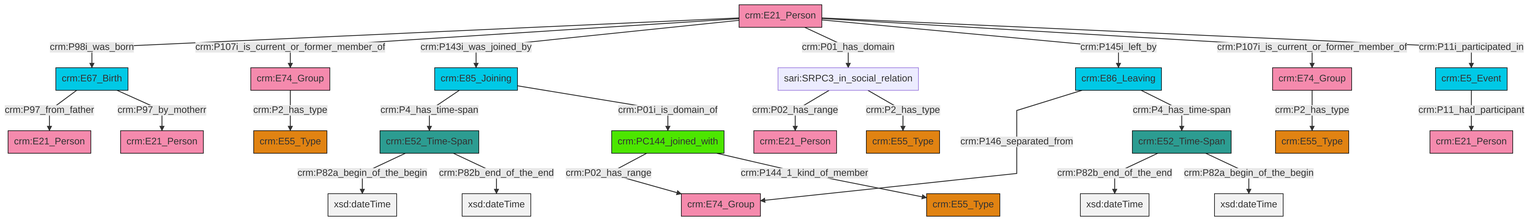
This is et/personCSV/ttl/mmd/png/Person_Actor_Relations.png from swiss-art-research-net/reference-data-models, a Mermaid export, as it was before one commit. Its source is kept beside it as et/personCSV/ttl/mmd/Person_Actor_Relations.ttl.mmd.
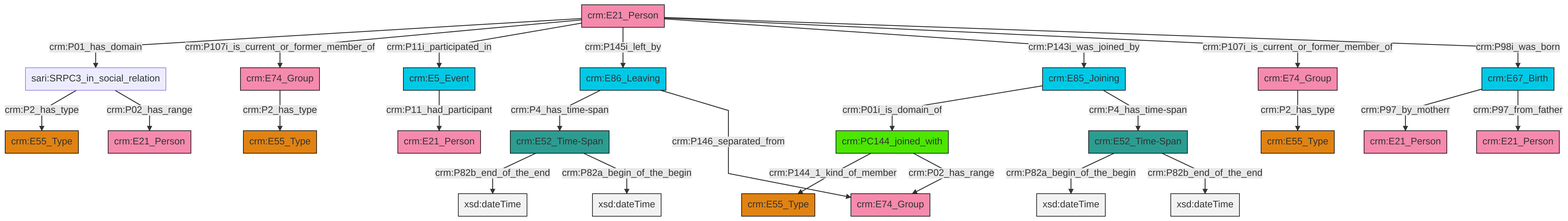
The same file after the commit.

The edit, as a diff of the source:
```diff
@@ -13,27 +13,27 @@
 classDef PC_Classes fill:#4ce600, stroke:#000000;
 classDef Multi fill:#cccccc,stroke:#000000;
 
-2["crm:E5_Event"]:::Temporal_Entity -->|crm:P11_had_participant| 3["crm:E21_Person"]:::Actor
-5["crm:E86_Leaving"]:::Temporal_Entity -->|crm:P146_separated_from| 6["crm:E74_Group"]:::Actor
-7["crm:E74_Group"]:::Actor -->|crm:P2_has_type| 8["crm:E55_Type"]:::Type
-9["crm:E52_Time-Span"]:::Time-Span -->|crm:P82a_begin_of_the_begin| 10[xsd:dateTime]:::Literal
-13["crm:E21_Person"]:::Actor -->|crm:P98i_was_born| 14["crm:E67_Birth"]:::Temporal_Entity
-13["crm:E21_Person"]:::Actor -->|crm:P107i_is_current_or_former_member_of| 19["crm:E74_Group"]:::Actor
-14["crm:E67_Birth"]:::Temporal_Entity -->|crm:P97_from_father| 21["crm:E21_Person"]:::Actor
-9["crm:E52_Time-Span"]:::Time-Span -->|crm:P82b_end_of_the_end| 22[xsd:dateTime]:::Literal
-29["crm:PC144_joined_with"]:::PC_Classes -->|crm:P02_has_range| 6["crm:E74_Group"]:::Actor
-17["sari:SRPC3_in_social_relation"]:::Default -->|crm:P02_has_range| 30["crm:E21_Person"]:::Actor
-13["crm:E21_Person"]:::Actor -->|crm:P143i_was_joined_by| 0["crm:E85_Joining"]:::Temporal_Entity
-5["crm:E86_Leaving"]:::Temporal_Entity -->|crm:P4_has_time-span| 23["crm:E52_Time-Span"]:::Time-Span
-0["crm:E85_Joining"]:::Temporal_Entity -->|crm:P4_has_time-span| 9["crm:E52_Time-Span"]:::Time-Span
-29["crm:PC144_joined_with"]:::PC_Classes -->|crm:P144_1_kind_of_member| 26["crm:E55_Type"]:::Type
-13["crm:E21_Person"]:::Actor -->|crm:P01_has_domain| 17["sari:SRPC3_in_social_relation"]:::Default
-0["crm:E85_Joining"]:::Temporal_Entity -->|crm:P01i_is_domain_of| 29["crm:PC144_joined_with"]:::PC_Classes
-13["crm:E21_Person"]:::Actor -->|crm:P145i_left_by| 5["crm:E86_Leaving"]:::Temporal_Entity
-23["crm:E52_Time-Span"]:::Time-Span -->|crm:P82b_end_of_the_end| 35[xsd:dateTime]:::Literal
-17["sari:SRPC3_in_social_relation"]:::Default -->|crm:P2_has_type| 32["crm:E55_Type"]:::Type
-13["crm:E21_Person"]:::Actor -->|crm:P107i_is_current_or_former_member_of| 7["crm:E74_Group"]:::Actor
-19["crm:E74_Group"]:::Actor -->|crm:P2_has_type| 11["crm:E55_Type"]:::Type
-14["crm:E67_Birth"]:::Temporal_Entity -->|crm:P97_by_motherr| 37["crm:E21_Person"]:::Actor
-23["crm:E52_Time-Span"]:::Time-Span -->|crm:P82a_begin_of_the_begin| 43[xsd:dateTime]:::Literal
-13["crm:E21_Person"]:::Actor -->|crm:P11i_participated_in| 2["crm:E5_Event"]:::Temporal_Entity
+0["crm:E86_Leaving"]:::Temporal_Entity -->|crm:P4_has_time-span| 1["crm:E52_Time-Span"]:::Time-Span
+4["crm:E74_Group"]:::Actor -->|crm:P2_has_type| 2["crm:E55_Type"]:::Type
+6["crm:E21_Person"]:::Actor -->|crm:P01_has_domain| 7["sari:SRPC3_in_social_relation"]:::Default
+8["crm:E67_Birth"]:::Temporal_Entity -->|crm:P97_by_motherr| 10["crm:E21_Person"]:::Actor
+6["crm:E21_Person"]:::Actor -->|crm:P107i_is_current_or_former_member_of| 4["crm:E74_Group"]:::Actor
+13["crm:E74_Group"]:::Actor -->|crm:P2_has_type| 14["crm:E55_Type"]:::Type
+17["crm:E5_Event"]:::Temporal_Entity -->|crm:P11_had_participant| 18["crm:E21_Person"]:::Actor
+1["crm:E52_Time-Span"]:::Time-Span -->|crm:P82b_end_of_the_end| 19[xsd:dateTime]:::Literal
+22["crm:PC144_joined_with"]:::PC_Classes -->|crm:P144_1_kind_of_member| 15["crm:E55_Type"]:::Type
+23["crm:E85_Joining"]:::Temporal_Entity -->|crm:P01i_is_domain_of| 22["crm:PC144_joined_with"]:::PC_Classes
+6["crm:E21_Person"]:::Actor -->|crm:P11i_participated_in| 17["crm:E5_Event"]:::Temporal_Entity
+24["crm:E52_Time-Span"]:::Time-Span -->|crm:P82a_begin_of_the_begin| 25[xsd:dateTime]:::Literal
+6["crm:E21_Person"]:::Actor -->|crm:P145i_left_by| 0["crm:E86_Leaving"]:::Temporal_Entity
+6["crm:E21_Person"]:::Actor -->|crm:P143i_was_joined_by| 23["crm:E85_Joining"]:::Temporal_Entity
+22["crm:PC144_joined_with"]:::PC_Classes -->|crm:P02_has_range| 26["crm:E74_Group"]:::Actor
+1["crm:E52_Time-Span"]:::Time-Span -->|crm:P82a_begin_of_the_begin| 39[xsd:dateTime]:::Literal
+24["crm:E52_Time-Span"]:::Time-Span -->|crm:P82b_end_of_the_end| 40[xsd:dateTime]:::Literal
+7["sari:SRPC3_in_social_relation"]:::Default -->|crm:P2_has_type| 32["crm:E55_Type"]:::Type
+0["crm:E86_Leaving"]:::Temporal_Entity -->|crm:P146_separated_from| 26["crm:E74_Group"]:::Actor
+6["crm:E21_Person"]:::Actor -->|crm:P107i_is_current_or_former_member_of| 13["crm:E74_Group"]:::Actor
+6["crm:E21_Person"]:::Actor -->|crm:P98i_was_born| 8["crm:E67_Birth"]:::Temporal_Entity
+8["crm:E67_Birth"]:::Temporal_Entity -->|crm:P97_from_father| 20["crm:E21_Person"]:::Actor
+23["crm:E85_Joining"]:::Temporal_Entity -->|crm:P4_has_time-span| 24["crm:E52_Time-Span"]:::Time-Span
+7["sari:SRPC3_in_social_relation"]:::Default -->|crm:P02_has_range| 34["crm:E21_Person"]:::Actor
```
